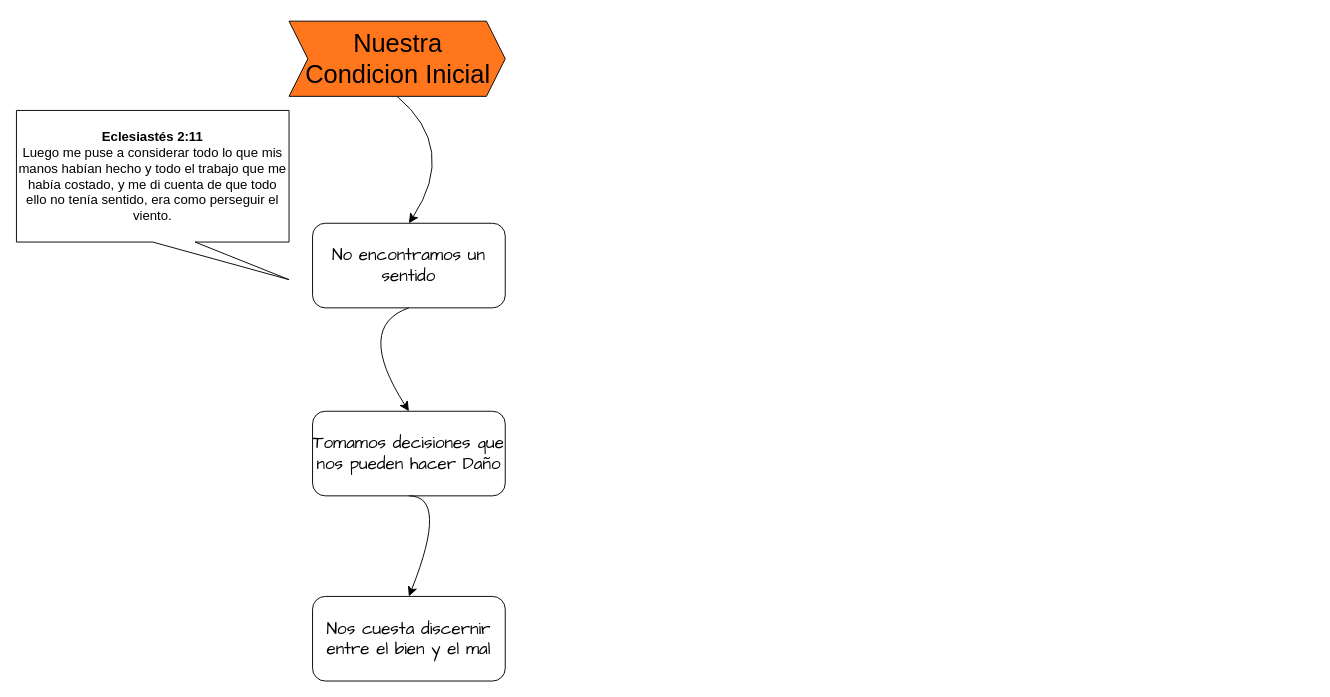
This is Diagrama sin título.drawio from jb-2015/CristoRey, a draw.io file, before an edit. Source tidied: cells renumbered, new cells numbered last; positions are measured from the earlier drawing's top-left corner, leaving out a move shared by most shapes. Both pictures are drawn from the tidied source at 94%, with x=0, y=0 at pixel (16, 21).
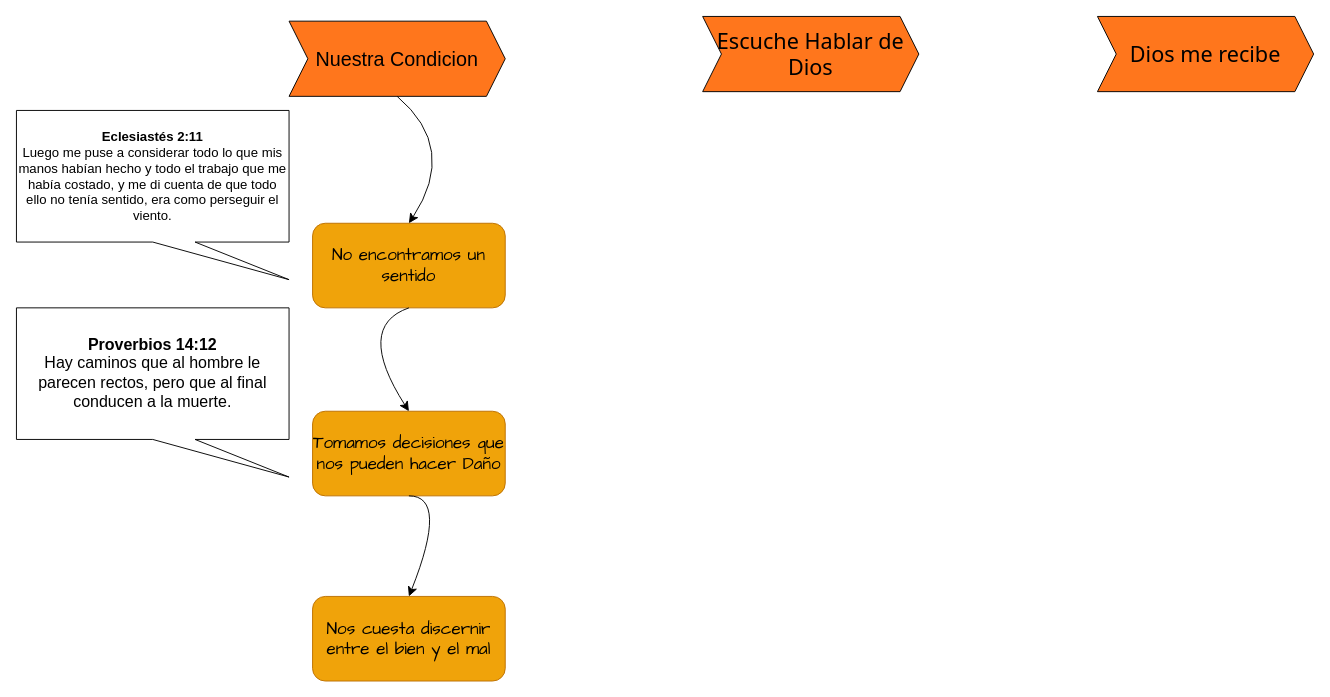
Above is the later version.

Commit message:
Estructura Basica

Change to the diagram source:
```diff
@@
 <mxGraphModel background="#ffffff">
   <root>
     <mxCell id="0" />
     <mxCell id="1" parent="0" />
-    <mxCell id="2" style="shape=step;perimeter=stepPerimeter;whiteSpace=wrap;html=1;fixedSize=1;noLabel=1;fillColor=#FF761C;" parent="1" vertex="1">
+    <mxCell id="2" value="Nuestra Condicion" style="shape=step;perimeter=stepPerimeter;whiteSpace=wrap;html=1;fixedSize=1;fillColor=#FF761C;fontSize=21;fontColor=default;" parent="1" vertex="1">
       <mxGeometry x="290" width="230" height="80" as="geometry" />
     </mxCell>
-    <mxCell id="3" value="Nuestra Condicion Inicial" style="text;strokeColor=none;fillColor=none;html=1;align=center;verticalAlign=middle;whiteSpace=wrap;rounded=0;fontSize=27;" parent="1" vertex="1">
-      <mxGeometry x="306" y="25" width="200" height="30" as="geometry" />
-    </mxCell>
-    <mxCell id="4" value="No encontramos un sentido" style="rounded=1;whiteSpace=wrap;html=1;fontSize=18;fontFamily=Comic Sans MS;" parent="1" vertex="1">
+    <mxCell id="4" value="No encontramos un sentido" style="rounded=1;whiteSpace=wrap;html=1;fontSize=18;fontFamily=Comic Sans MS;fillColor=#f0a30a;strokeColor=#BD7000;fontColor=#000000;" parent="1" vertex="1">
       <mxGeometry x="315" y="215" width="205" height="90" as="geometry" />
     </mxCell>
     <mxCell id="5" style="curved=1;endArrow=classic;html=1;rounded=0;fontSize=12;startSize=8;endSize=8;entryX=0.5;entryY=0;entryDx=0;entryDy=0;exitX=0.5;exitY=1;exitDx=0;exitDy=0;" parent="1" edge="1" source="2" target="4">
       <mxGeometry relative="1" as="geometry">
         <Array as="points">
           <mxPoint x="470" y="135" />
         </Array>
       </mxGeometry>
     </mxCell>
-    <mxCell id="6" value="Tomamos decisiones que nos pueden hacer Daño" style="rounded=1;whiteSpace=wrap;html=1;fontSize=18;fontFamily=Comic Sans MS;" parent="1" vertex="1">
+    <mxCell id="6" value="Tomamos decisiones que nos pueden hacer Daño" style="rounded=1;whiteSpace=wrap;html=1;fontSize=18;fontFamily=Comic Sans MS;fillColor=#f0a30a;fontColor=#000000;strokeColor=#BD7000;" parent="1" vertex="1">
       <mxGeometry x="315" y="415" width="205" height="90" as="geometry" />
     </mxCell>
-    <mxCell id="7" value="Nos cuesta discernir entre el bien y el mal" style="rounded=1;whiteSpace=wrap;html=1;fontSize=18;fontFamily=Comic Sans MS;" parent="1" vertex="1">
+    <mxCell id="7" value="Nos cuesta discernir entre el bien y el mal" style="rounded=1;whiteSpace=wrap;html=1;fontSize=18;fontFamily=Comic Sans MS;fillColor=#f0a30a;fontColor=#000000;strokeColor=#BD7000;" parent="1" vertex="1">
       <mxGeometry x="315" y="612" width="205" height="90" as="geometry" />
     </mxCell>
     <mxCell id="8" style="curved=1;endArrow=classic;html=1;rounded=0;fontSize=12;startSize=8;endSize=8;entryX=0.5;entryY=0;entryDx=0;entryDy=0;exitX=0.5;exitY=1;exitDx=0;exitDy=0;" parent="1" edge="1" source="4" target="6">
       <mxGeometry relative="1" as="geometry">
         <Array as="points">
           <mxPoint x="360" y="325" />
         </Array>
       </mxGeometry>
     </mxCell>
     <mxCell id="9" style="curved=1;endArrow=classic;html=1;rounded=0;fontSize=12;startSize=8;endSize=8;entryX=0.5;entryY=0;entryDx=0;entryDy=0;exitX=0.5;exitY=1;exitDx=0;exitDy=0;" parent="1" edge="1" source="6" target="7">
       <mxGeometry relative="1" as="geometry">
         <Array as="points">
           <mxPoint x="460" y="505" />
         </Array>
       </mxGeometry>
     </mxCell>
     <mxCell id="10" value="&lt;strong&gt;Eclesiastés 2:11&lt;/strong&gt;&lt;br&gt;Luego me puse a considerar todo lo que mis manos habían hecho y todo el trabajo que me había costado, y me di cuenta de que todo ello no tenía sentido, era como perseguir el viento." style="shape=callout;whiteSpace=wrap;html=1;perimeter=calloutPerimeter;position2=1;size=40;position=0.5;base=45;fontSize=14;" parent="1" vertex="1">
       <mxGeometry y="95" width="290" height="180" as="geometry" />
     </mxCell>
+    <mxCell id="11" value="&lt;strong&gt;Proverbios 14:12&lt;/strong&gt;&lt;br&gt;Hay caminos que al hombre le parecen rectos, pero que al final conducen a la muerte." style="shape=callout;whiteSpace=wrap;html=1;perimeter=calloutPerimeter;position2=1;size=40;position=0.5;base=45;fontSize=17;" parent="1" vertex="1">
+      <mxGeometry y="305" width="290" height="180" as="geometry" />
+    </mxCell>
+    <mxCell id="12" value="Escuche Hablar de Dios" style="shape=step;perimeter=stepPerimeter;whiteSpace=wrap;html=1;fixedSize=1;fillColor=#FF761C;fontFamily=Tahoma;fontColor=default;labelBackgroundColor=none;fontSize=23;" parent="1" vertex="1">
+      <mxGeometry x="730" y="-5" width="230" height="80" as="geometry" />
+    </mxCell>
+    <mxCell id="13" value="Dios me recibe" style="shape=step;perimeter=stepPerimeter;whiteSpace=wrap;html=1;fixedSize=1;fillColor=#FF761C;fontFamily=Tahoma;fontColor=default;labelBackgroundColor=none;fontSize=23;" parent="1" vertex="1">
+      <mxGeometry x="1150" y="-5" width="230" height="80" as="geometry" />
+    </mxCell>
   </root>
 </mxGraphModel>
```
